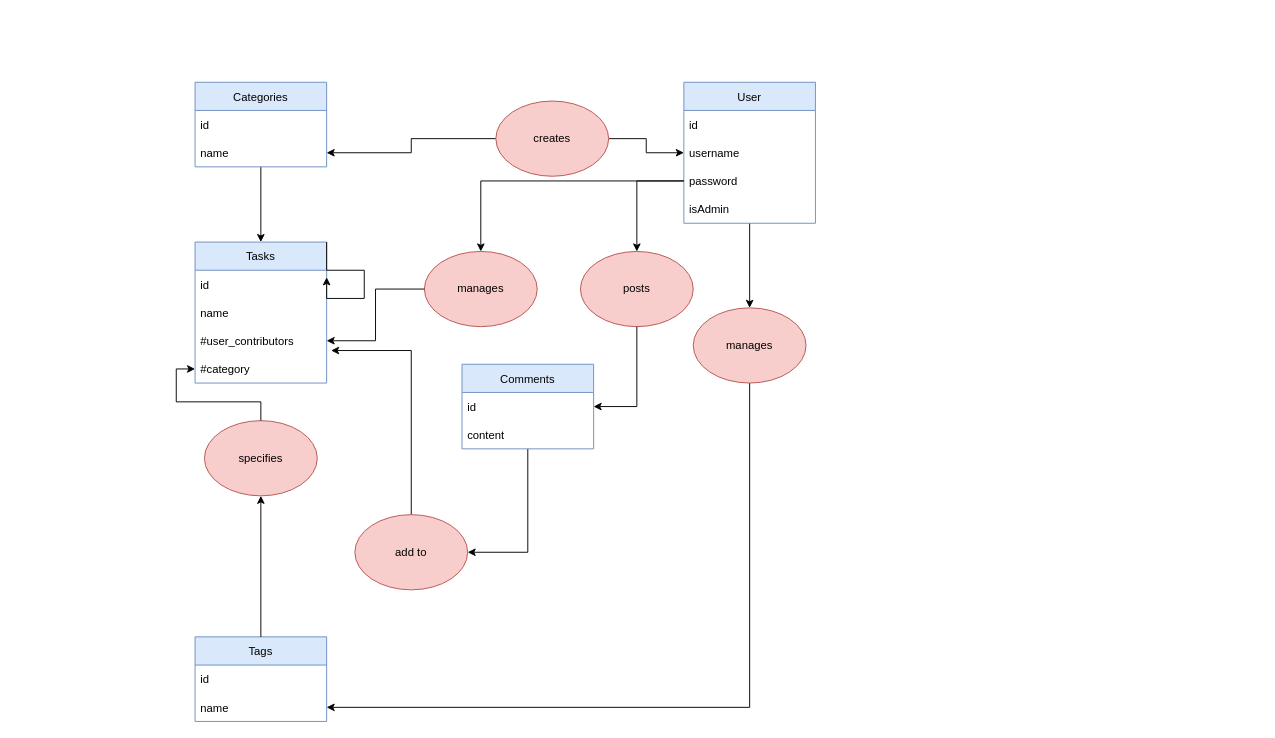
Earlier version of the draw.io diagram [JAVA]/MCDGestionProjet.drawio (Majestyk228/3MOC-AnnualProject). Source tidied: cells renumbered, new cells numbered last; positions are measured from the earlier drawing's top-left corner, leaving out a move shared by most shapes. Both pictures are drawn from the tidied source at 94%, with x=0, y=0 at pixel (195, 82).
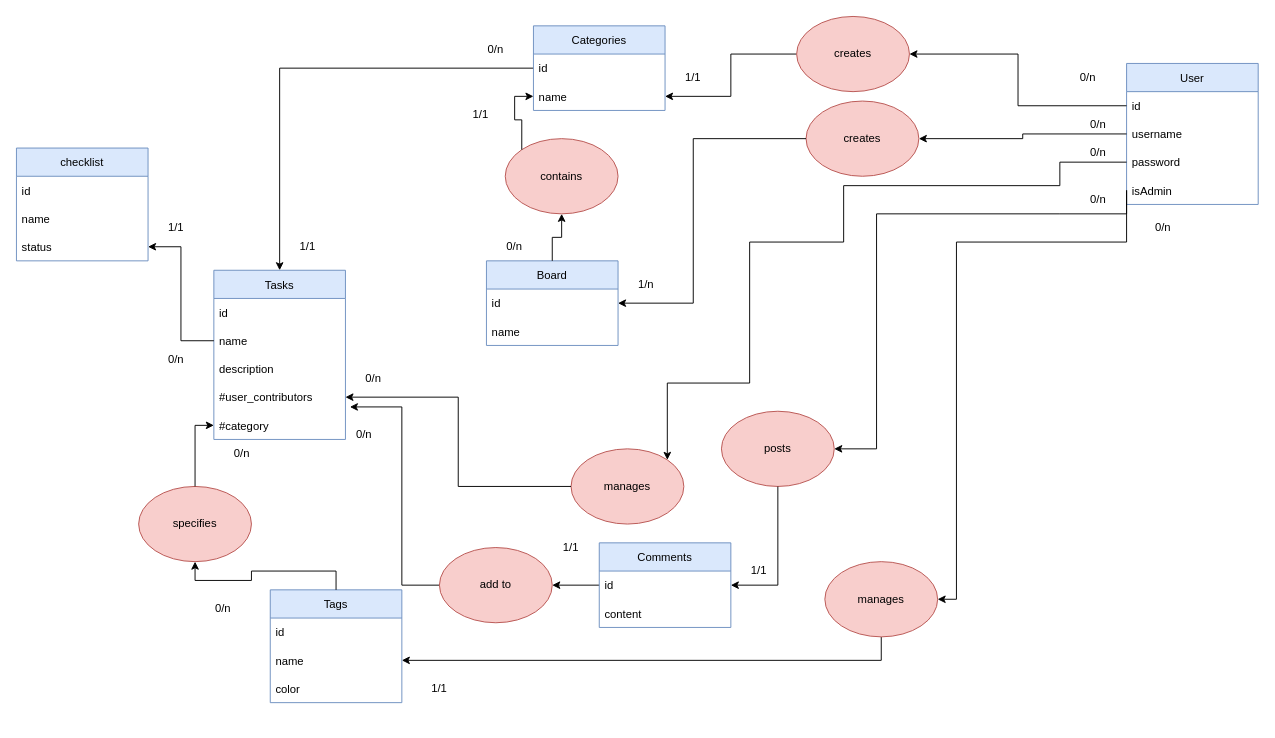
The same page after the edit.

The change refers to these unchanged cells:
```xml
<mxCell id="4" value="id" style="text;strokeColor=none;fillColor=none;align=left;verticalAlign=middle;spacingLeft=4;spacingRight=4;overflow=hidden;points=[[0,0.5],[1,0.5]];portConstraint=eastwest;" parent="3" vertex="1">
  <mxGeometry y="30" width="140" height="30" as="geometry" />
</mxCell>
<mxCell id="5" value="username" style="text;strokeColor=none;fillColor=none;align=left;verticalAlign=middle;spacingLeft=4;spacingRight=4;overflow=hidden;points=[[0,0.5],[1,0.5]];portConstraint=eastwest;" parent="3" vertex="1">
  <mxGeometry y="60" width="140" height="30" as="geometry" />
</mxCell>
<mxCell id="6" value="password" style="text;strokeColor=none;fillColor=none;align=left;verticalAlign=middle;spacingLeft=4;spacingRight=4;overflow=hidden;points=[[0,0.5],[1,0.5]];portConstraint=eastwest;" parent="3" vertex="1">
  <mxGeometry y="90" width="140" height="30" as="geometry" />
</mxCell>
<mxCell id="7" value="isAdmin" style="text;strokeColor=none;fillColor=none;align=left;verticalAlign=middle;spacingLeft=4;spacingRight=4;overflow=hidden;points=[[0,0.5],[1,0.5]];portConstraint=eastwest;" parent="3" vertex="1">
  <mxGeometry y="120" width="140" height="30" as="geometry" />
</mxCell>
<mxCell id="10" value="name" style="text;strokeColor=none;fillColor=none;align=left;verticalAlign=middle;spacingLeft=4;spacingRight=4;overflow=hidden;points=[[0,0.5],[1,0.5]];portConstraint=eastwest;" parent="8" vertex="1">
  <mxGeometry y="60" width="140" height="30" as="geometry" />
</mxCell>
<mxCell id="19" value="name" style="text;strokeColor=none;fillColor=none;align=left;verticalAlign=middle;spacingLeft=4;spacingRight=4;overflow=hidden;points=[[0,0.5],[1,0.5]];portConstraint=eastwest;" parent="17" vertex="1">
  <mxGeometry y="60" width="140" height="30" as="geometry" />
</mxCell>
```

Diff of the diagram source:
```diff
@@
-    <mxCell id="2" style="edgeStyle=orthogonalEdgeStyle;rounded=0;jettySize=auto;html=1;entryX=0.5;entryY=0;entryDx=0;entryDy=0;" parent="1" edge="1" source="3" target="25">
-      <mxGeometry relative="1" as="geometry" />
-    </mxCell>
     <mxCell id="3" value="User" style="swimlane;fontStyle=0;horizontal=1;startSize=30;fillColor=#dae8fc;strokeColor=#6c8ebf;" parent="1" vertex="1">
-      <mxGeometry x="520" width="140" height="150" as="geometry" />
+      <mxGeometry x="991" y="-20" width="140" height="150" as="geometry" />
     </mxCell>
@@
     <mxCell id="8" value="Tasks" style="swimlane;fontStyle=0;horizontal=1;startSize=30;fillColor=#dae8fc;strokeColor=#6c8ebf;" parent="1" vertex="1">
-      <mxGeometry y="170" width="140" height="150" as="geometry" />
+      <mxGeometry x="20" y="200" width="140" height="180" as="geometry" />
     </mxCell>
@@
+    <mxCell id="41" value="description" style="text;strokeColor=none;fillColor=none;align=left;verticalAlign=middle;spacingLeft=4;spacingRight=4;overflow=hidden;" parent="8" vertex="1">
+      <mxGeometry y="90" width="140" height="30" as="geometry" />
+    </mxCell>
     <mxCell id="11" value="#user_contributors" style="text;strokeColor=none;fillColor=none;align=left;verticalAlign=middle;spacingLeft=4;spacingRight=4;overflow=hidden;points=[[0,0.5],[1,0.5]];portConstraint=eastwest;" parent="8" vertex="1">
-      <mxGeometry y="90" width="140" height="30" as="geometry" />
+      <mxGeometry y="120" width="140" height="30" as="geometry" />
     </mxCell>
     <mxCell id="12" value="#category" style="text;strokeColor=none;fillColor=none;align=left;verticalAlign=middle;spacingLeft=4;spacingRight=4;overflow=hidden;points=[[0,0.5],[1,0.5]];portConstraint=eastwest;" parent="8" vertex="1">
-      <mxGeometry y="120" width="140" height="30" as="geometry" />
+      <mxGeometry y="150" width="140" height="30" as="geometry" />
     </mxCell>
     <mxCell id="13" value="Tags" style="swimlane;fontStyle=0;horizontal=1;startSize=30;fillColor=#dae8fc;strokeColor=#6c8ebf;" parent="1" vertex="1">
-      <mxGeometry y="590" width="140" height="90" as="geometry" />
+      <mxGeometry x="80" y="540" width="140" height="120" as="geometry" />
     </mxCell>
@@
+    <mxCell id="42" value="color" style="text;strokeColor=none;fillColor=none;align=left;verticalAlign=middle;spacingLeft=4;spacingRight=4;overflow=hidden;" parent="13" vertex="1">
+      <mxGeometry y="90" width="140" height="30" as="geometry" />
+    </mxCell>
@@
     <mxCell id="17" value="Categories" style="swimlane;fontStyle=0;horizontal=1;startSize=30;fillColor=#dae8fc;strokeColor=#6c8ebf;" parent="1" vertex="1">
-      <mxGeometry width="140" height="90" as="geometry" />
+      <mxGeometry x="360" y="-60" width="140" height="90" as="geometry" />
     </mxCell>
@@
-    <mxCell id="20" style="edgeStyle=orthogonalEdgeStyle;rounded=0;jettySize=auto;html=1;exitX=1;exitY=0.5;exitDx=0;exitDy=0;entryX=0;entryY=0.5;entryDx=0;entryDy=0;" parent="1" edge="1" source="22" target="3">
-      <mxGeometry relative="1" as="geometry" />
-    </mxCell>
@@
     <mxCell id="22" value="creates" style="ellipse;whiteSpace=wrap;html=1;fillColor=#f8cecc;strokeColor=#b85450;" parent="1" vertex="1">
-      <mxGeometry x="320" y="20" width="120" height="80" as="geometry" />
+      <mxGeometry x="640" y="-70" width="120" height="80" as="geometry" />
     </mxCell>
     <mxCell id="23" value="specifies" style="ellipse;whiteSpace=wrap;html=1;fillColor=#f8cecc;strokeColor=#b85450;" parent="1" vertex="1">
-      <mxGeometry x="10" y="360" width="120" height="80" as="geometry" />
+      <mxGeometry x="-60" y="430" width="120" height="80" as="geometry" />
     </mxCell>
@@
     <mxCell id="25" value="manages" style="ellipse;whiteSpace=wrap;html=1;fillColor=#f8cecc;strokeColor=#b85450;" parent="1" vertex="1">
-      <mxGeometry x="530" y="240" width="120" height="80" as="geometry" />
+      <mxGeometry x="670" y="510" width="120" height="80" as="geometry" />
     </mxCell>
@@
     <mxCell id="27" value="Comments" style="swimlane;fontStyle=0;horizontal=1;startSize=30;fillColor=#dae8fc;strokeColor=#6c8ebf;" parent="1" vertex="1">
-      <mxGeometry x="284" y="300" width="140" height="90" as="geometry" />
+      <mxGeometry x="430" y="490" width="140" height="90" as="geometry" />
     </mxCell>
@@
     <mxCell id="30" style="edgeStyle=orthogonalEdgeStyle;rounded=0;jettySize=auto;html=1;entryX=1.034;entryY=0.847;entryDx=0;entryDy=0;entryPerimeter=0;" parent="1" edge="1" source="31" target="11">
-      <mxGeometry relative="1" as="geometry" />
+      <mxGeometry relative="1" as="geometry">
+        <Array as="points">
+          <mxPoint x="220" y="535" />
+          <mxPoint x="220" y="345" />
+        </Array>
+      </mxGeometry>
     </mxCell>
     <mxCell id="31" value="add to" style="ellipse;whiteSpace=wrap;html=1;fillColor=#f8cecc;strokeColor=#b85450;" parent="1" vertex="1">
-      <mxGeometry x="170" y="460" width="120" height="80" as="geometry" />
+      <mxGeometry x="260" y="495" width="120" height="80" as="geometry" />
     </mxCell>
-    <mxCell id="32" style="edgeStyle=orthogonalEdgeStyle;rounded=0;orthogonalLoop=1;jettySize=auto;html=1;entryX=1;entryY=0.25;entryDx=0;entryDy=0;exitX=1;exitY=0;exitDx=0;exitDy=0;" parent="1" edge="1" source="8" target="8">
-      <mxGeometry relative="1" as="geometry">
-        <Array as="points">
-          <mxPoint x="180" y="200" />
-          <mxPoint x="180" y="230" />
-        </Array>
-      </mxGeometry>
-    </mxCell>
-    <mxCell id="33" style="edgeStyle=orthogonalEdgeStyle;rounded=0;jettySize=auto;html=1;entryX=0.5;entryY=0;entryDx=0;entryDy=0;exitX=0;exitY=0.5;exitDx=0;exitDy=0;" parent="1" edge="1" source="6" target="34">
-      <mxGeometry relative="1" as="geometry" />
-    </mxCell>
     <mxCell id="34" value="manages" style="ellipse;whiteSpace=wrap;html=1;fillColor=#f8cecc;strokeColor=#b85450;" parent="1" vertex="1">
-      <mxGeometry x="244" y="180" width="120" height="80" as="geometry" />
+      <mxGeometry x="400" y="390" width="120" height="80" as="geometry" />
     </mxCell>
@@
-    <mxCell id="38" style="edgeStyle=orthogonalEdgeStyle;rounded=0;jettySize=auto;html=1;entryX=0.5;entryY=0;entryDx=0;entryDy=0;exitX=0;exitY=0.5;exitDx=0;exitDy=0;" parent="1" edge="1" source="6" target="39">
-      <mxGeometry relative="1" as="geometry" />
-    </mxCell>
     <mxCell id="39" value="posts" style="ellipse;whiteSpace=wrap;html=1;fillColor=#f8cecc;strokeColor=#b85450;" parent="1" vertex="1">
-      <mxGeometry x="410" y="180" width="120" height="80" as="geometry" />
+      <mxGeometry x="560" y="350" width="120" height="80" as="geometry" />
     </mxCell>
@@
+    <mxCell id="43" value="Board" style="swimlane;fontStyle=0;horizontal=1;startSize=30;fillColor=#dae8fc;strokeColor=#6c8ebf;" parent="1" vertex="1">
+      <mxGeometry x="310" y="190" width="140" height="90" as="geometry" />
+    </mxCell>
+    <mxCell id="44" value="id" style="text;strokeColor=none;fillColor=none;align=left;verticalAlign=middle;spacingLeft=4;spacingRight=4;overflow=hidden;points=[[0,0.5],[1,0.5]];portConstraint=eastwest;" parent="43" vertex="1">
+      <mxGeometry y="30" width="140" height="30" as="geometry" />
+    </mxCell>
+    <mxCell id="45" value="name" style="text;strokeColor=none;fillColor=none;align=left;verticalAlign=middle;spacingLeft=4;spacingRight=4;overflow=hidden;" parent="43" vertex="1">
+      <mxGeometry y="60" width="140" height="30" as="geometry" />
+    </mxCell>
+    <mxCell id="46" value="creates" style="ellipse;whiteSpace=wrap;html=1;fillColor=#f8cecc;strokeColor=#b85450;" parent="1" vertex="1">
+      <mxGeometry x="650" y="20" width="120" height="80" as="geometry" />
+    </mxCell>
+    <mxCell id="47" style="edgeStyle=orthogonalEdgeStyle;rounded=0;jettySize=auto;html=1;entryX=1;entryY=0.5;entryDx=0;entryDy=0;exitX=0;exitY=0.5;exitDx=0;exitDy=0;" parent="1" edge="1" source="5" target="46">
+      <mxGeometry relative="1" as="geometry" />
+    </mxCell>
+    <mxCell id="48" style="edgeStyle=orthogonalEdgeStyle;rounded=0;jettySize=auto;html=1;entryX=1;entryY=0.5;entryDx=0;entryDy=0;exitX=0;exitY=0.5;exitDx=0;exitDy=0;" parent="1" edge="1" source="46" target="44">
+      <mxGeometry relative="1" as="geometry">
+        <Array as="points">
+          <mxPoint x="530" y="60" />
+          <mxPoint x="530" y="235" />
+        </Array>
+      </mxGeometry>
+    </mxCell>
+    <mxCell id="49" style="edgeStyle=orthogonalEdgeStyle;rounded=0;jettySize=auto;html=1;entryX=1;entryY=0.5;entryDx=0;entryDy=0;exitX=0;exitY=0.5;exitDx=0;exitDy=0;" parent="1" edge="1" source="7" target="25">
+      <mxGeometry relative="1" as="geometry">
+        <Array as="points">
+          <mxPoint x="991" y="170" />
+          <mxPoint x="810" y="170" />
+          <mxPoint x="810" y="550" />
+        </Array>
+      </mxGeometry>
+    </mxCell>
+    <mxCell id="50" style="edgeStyle=orthogonalEdgeStyle;rounded=0;jettySize=auto;html=1;entryX=1;entryY=0.5;entryDx=0;entryDy=0;exitX=0;exitY=0.5;exitDx=0;exitDy=0;" parent="1" edge="1" source="7" target="39">
+      <mxGeometry relative="1" as="geometry">
+        <Array as="points">
+          <mxPoint x="920" y="140" />
+          <mxPoint x="725" y="140" />
+          <mxPoint x="725" y="220" />
+        </Array>
+      </mxGeometry>
+    </mxCell>
+    <mxCell id="33" style="edgeStyle=orthogonalEdgeStyle;rounded=0;jettySize=auto;html=1;entryX=1;entryY=0;entryDx=0;entryDy=0;exitX=0;exitY=0.5;exitDx=0;exitDy=0;" parent="1" edge="1" source="6" target="34">
+      <mxGeometry relative="1" as="geometry">
+        <Array as="points">
+          <mxPoint x="920" y="110" />
+          <mxPoint x="690" y="110" />
+          <mxPoint x="690" y="170" />
+          <mxPoint x="590" y="170" />
+          <mxPoint x="590" y="320" />
+          <mxPoint x="502" y="320" />
+        </Array>
+      </mxGeometry>
+    </mxCell>
+    <mxCell id="51" style="edgeStyle=orthogonalEdgeStyle;rounded=0;jettySize=auto;html=1;entryX=1;entryY=0.5;entryDx=0;entryDy=0;exitX=0;exitY=0.5;exitDx=0;exitDy=0;" parent="1" edge="1" source="4" target="22">
+      <mxGeometry relative="1" as="geometry" />
+    </mxCell>
+    <mxCell id="52" value="contains" style="ellipse;whiteSpace=wrap;html=1;fillColor=#f8cecc;strokeColor=#b85450;" parent="1" vertex="1">
+      <mxGeometry x="330" y="60" width="120" height="80" as="geometry" />
+    </mxCell>
+    <mxCell id="53" style="edgeStyle=orthogonalEdgeStyle;rounded=0;jettySize=auto;html=1;entryX=0.5;entryY=1;entryDx=0;entryDy=0;exitX=0.5;exitY=0;exitDx=0;exitDy=0;" parent="1" edge="1" source="43" target="52">
+      <mxGeometry relative="1" as="geometry" />
+    </mxCell>
+    <mxCell id="54" style="edgeStyle=orthogonalEdgeStyle;rounded=0;jettySize=auto;html=1;entryX=0;entryY=0.5;entryDx=0;entryDy=0;exitX=0;exitY=0;exitDx=0;exitDy=0;" parent="1" edge="1" source="52" target="19">
+      <mxGeometry relative="1" as="geometry" />
+    </mxCell>
+    <mxCell id="55" value="checklist" style="swimlane;fontStyle=0;horizontal=1;startSize=30;fillColor=#dae8fc;strokeColor=#6c8ebf;" parent="1" vertex="1">
+      <mxGeometry x="-190" y="70" width="140" height="120" as="geometry" />
+    </mxCell>
+    <mxCell id="56" value="id" style="text;strokeColor=none;fillColor=none;align=left;verticalAlign=middle;spacingLeft=4;spacingRight=4;overflow=hidden;" parent="55" vertex="1">
+      <mxGeometry y="30" width="140" height="30" as="geometry" />
+    </mxCell>
+    <mxCell id="57" value="name" style="text;strokeColor=none;fillColor=none;align=left;verticalAlign=middle;spacingLeft=4;spacingRight=4;overflow=hidden;" parent="55" vertex="1">
+      <mxGeometry y="60" width="140" height="30" as="geometry" />
+    </mxCell>
+    <mxCell id="58" value="status" style="text;strokeColor=none;fillColor=none;align=left;verticalAlign=middle;spacingLeft=4;spacingRight=4;overflow=hidden;points=[[0,0.5],[1,0.5]];portConstraint=eastwest;" parent="55" vertex="1">
+      <mxGeometry y="90" width="140" height="30" as="geometry" />
+    </mxCell>
+    <mxCell id="59" style="edgeStyle=orthogonalEdgeStyle;rounded=0;jettySize=auto;html=1;exitX=0;exitY=0.5;exitDx=0;exitDy=0;entryX=1;entryY=0.5;entryDx=0;entryDy=0;" parent="1" edge="1" source="10" target="58">
+      <mxGeometry relative="1" as="geometry" />
+    </mxCell>
+    <mxCell id="60" value="0/n" style="text;html=1;strokeColor=none;fillColor=none;align=center;verticalAlign=middle;whiteSpace=wrap;rounded=0;" parent="1" vertex="1">
+      <mxGeometry x="920" y="-20" width="60" height="30" as="geometry" />
+    </mxCell>
+    <mxCell id="61" value="1/1" style="text;html=1;strokeColor=none;fillColor=none;align=center;verticalAlign=middle;whiteSpace=wrap;rounded=0;" parent="1" vertex="1">
+      <mxGeometry x="500" y="-20" width="60" height="30" as="geometry" />
+    </mxCell>
+    <mxCell id="62" value="0/n" style="text;html=1;strokeColor=none;fillColor=none;align=center;verticalAlign=middle;whiteSpace=wrap;rounded=0;" parent="1" vertex="1">
+      <mxGeometry x="931" y="30" width="60" height="30" as="geometry" />
+    </mxCell>
+    <mxCell id="63" value="1/n" style="text;html=1;strokeColor=none;fillColor=none;align=center;verticalAlign=middle;whiteSpace=wrap;rounded=0;" parent="1" vertex="1">
+      <mxGeometry x="450" y="200" width="60" height="30" as="geometry" />
+    </mxCell>
+    <mxCell id="64" value="0/n" style="text;html=1;strokeColor=none;fillColor=none;align=center;verticalAlign=middle;whiteSpace=wrap;rounded=0;" parent="1" vertex="1">
+      <mxGeometry x="310" y="160" width="60" height="30" as="geometry" />
+    </mxCell>
+    <mxCell id="65" value="1/1" style="text;html=1;strokeColor=none;fillColor=none;align=center;verticalAlign=middle;whiteSpace=wrap;rounded=0;" parent="1" vertex="1">
+      <mxGeometry x="274" y="20" width="60" height="30" as="geometry" />
+    </mxCell>
+    <mxCell id="66" value="0/n" style="text;html=1;strokeColor=none;fillColor=none;align=center;verticalAlign=middle;whiteSpace=wrap;rounded=0;" parent="1" vertex="1">
+      <mxGeometry x="1000" y="140" width="60" height="30" as="geometry" />
+    </mxCell>
+    <mxCell id="67" value="1/1" style="text;html=1;strokeColor=none;fillColor=none;align=center;verticalAlign=middle;whiteSpace=wrap;rounded=0;" parent="1" vertex="1">
+      <mxGeometry x="230" y="630" width="60" height="30" as="geometry" />
+    </mxCell>
+    <mxCell id="68" value="0/n" style="text;html=1;strokeColor=none;fillColor=none;align=center;verticalAlign=middle;whiteSpace=wrap;rounded=0;" parent="1" vertex="1">
+      <mxGeometry y="545" width="60" height="30" as="geometry" />
+    </mxCell>
+    <mxCell id="69" value="0/n" style="text;html=1;strokeColor=none;fillColor=none;align=center;verticalAlign=middle;whiteSpace=wrap;rounded=0;" parent="1" vertex="1">
+      <mxGeometry x="20" y="380" width="60" height="30" as="geometry" />
+    </mxCell>
+    <mxCell id="70" value="0/n" style="text;html=1;strokeColor=none;fillColor=none;align=center;verticalAlign=middle;whiteSpace=wrap;rounded=0;" parent="1" vertex="1">
+      <mxGeometry x="-50" y="280" width="60" height="30" as="geometry" />
+    </mxCell>
+    <mxCell id="71" value="1/1" style="text;html=1;strokeColor=none;fillColor=none;align=center;verticalAlign=middle;whiteSpace=wrap;rounded=0;" parent="1" vertex="1">
+      <mxGeometry x="-50" y="140" width="60" height="30" as="geometry" />
+    </mxCell>
+    <mxCell id="72" value="0/n" style="text;html=1;strokeColor=none;fillColor=none;align=center;verticalAlign=middle;whiteSpace=wrap;rounded=0;" parent="1" vertex="1">
+      <mxGeometry x="931" y="110" width="60" height="30" as="geometry" />
+    </mxCell>
+    <mxCell id="73" value="1/1" style="text;html=1;strokeColor=none;fillColor=none;align=center;verticalAlign=middle;whiteSpace=wrap;rounded=0;" parent="1" vertex="1">
+      <mxGeometry x="570" y="505" width="60" height="30" as="geometry" />
+    </mxCell>
+    <mxCell id="74" value="1/1" style="text;html=1;strokeColor=none;fillColor=none;align=center;verticalAlign=middle;whiteSpace=wrap;rounded=0;" parent="1" vertex="1">
+      <mxGeometry x="370" y="480" width="60" height="30" as="geometry" />
+    </mxCell>
+    <mxCell id="75" value="0/n" style="text;html=1;strokeColor=none;fillColor=none;align=center;verticalAlign=middle;whiteSpace=wrap;rounded=0;" parent="1" vertex="1">
+      <mxGeometry x="150" y="360" width="60" height="30" as="geometry" />
+    </mxCell>
+    <mxCell id="76" value="0/n" style="text;html=1;strokeColor=none;fillColor=none;align=center;verticalAlign=middle;whiteSpace=wrap;rounded=0;" parent="1" vertex="1">
+      <mxGeometry x="931" y="60" width="60" height="30" as="geometry" />
+    </mxCell>
+    <mxCell id="77" value="0/n" style="text;html=1;strokeColor=none;fillColor=none;align=center;verticalAlign=middle;whiteSpace=wrap;rounded=0;" parent="1" vertex="1">
+      <mxGeometry x="160" y="300" width="60" height="30" as="geometry" />
+    </mxCell>
+    <mxCell id="78" value="0/n" style="text;html=1;strokeColor=none;fillColor=none;align=center;verticalAlign=middle;whiteSpace=wrap;rounded=0;" parent="1" vertex="1">
+      <mxGeometry x="290" y="-50" width="60" height="30" as="geometry" />
+    </mxCell>
+    <mxCell id="79" value="1/1" style="text;html=1;strokeColor=none;fillColor=none;align=center;verticalAlign=middle;whiteSpace=wrap;rounded=0;" parent="1" vertex="1">
+      <mxGeometry x="90" y="160" width="60" height="30" as="geometry" />
+    </mxCell>
```
